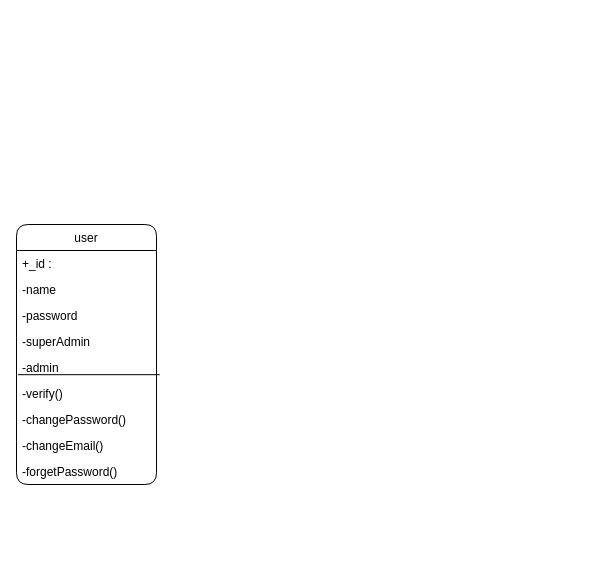
This is classDiagram.drawio from 00sukhjeet00/codechef-clone-diagrams, a draw.io file, before an edit. Source tidied: cells renumbered, new cells numbered last; positions are measured from the earlier drawing's top-left corner, leaving out a move shared by most shapes. Both pictures are drawn from the tidied source at 100%, with x=0, y=0 at pixel (16, 224).
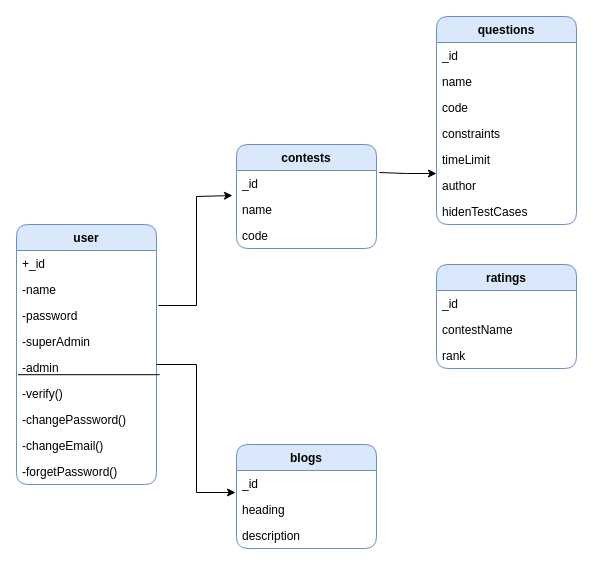
The same page after the edit.

The change refers to these unchanged cells:
```xml
<mxCell id="5" value="-password" style="text;strokeColor=none;fillColor=none;align=left;verticalAlign=top;spacingLeft=4;spacingRight=4;overflow=hidden;points=[[0,0.5],[1,0.5]];portConstraint=eastwest;" parent="2" vertex="1">
  <mxGeometry y="78" width="140" height="26" as="geometry" />
</mxCell>
```

What changed in the source:
```diff
@@
-    <mxCell id="2" value="user" style="swimlane;fontStyle=0;horizontal=1;startSize=26;rounded=1;swimlaneFillColor=none;fillColor=#FFFFFF;" parent="1" vertex="1">
+    <mxCell id="2" value="user" style="swimlane;fontStyle=1;horizontal=1;startSize=26;rounded=1;swimlaneFillColor=none;fillColor=#dae8fc;strokeColor=#6c8ebf;" parent="1" vertex="1">
       <mxGeometry width="140" height="260" as="geometry" />
     </mxCell>
-    <mxCell id="3" value="+_id : " style="text;strokeColor=none;fillColor=none;align=left;verticalAlign=top;spacingLeft=4;spacingRight=4;overflow=hidden;" parent="2" vertex="1">
+    <mxCell id="3" value="+_id " style="text;strokeColor=none;fillColor=none;align=left;verticalAlign=top;spacingLeft=4;spacingRight=4;overflow=hidden;" parent="2" vertex="1">
       <mxGeometry y="26" width="140" height="26" as="geometry" />
     </mxCell>
@@
+    <mxCell id="13" value="contests" style="swimlane;fontStyle=1;horizontal=1;startSize=26;fillColor=#dae8fc;strokeColor=#6c8ebf;rounded=1;" parent="1" vertex="1">
+      <mxGeometry x="220" y="-80" width="140" height="104" as="geometry" />
+    </mxCell>
+    <mxCell id="14" value="_id" style="text;strokeColor=none;fillColor=none;align=left;verticalAlign=top;spacingLeft=4;spacingRight=4;overflow=hidden;points=[[0,0.5],[1,0.5]];portConstraint=eastwest;" parent="13" vertex="1">
+      <mxGeometry y="26" width="140" height="26" as="geometry" />
+    </mxCell>
+    <mxCell id="15" value="name" style="text;strokeColor=none;fillColor=none;align=left;verticalAlign=top;spacingLeft=4;spacingRight=4;overflow=hidden;points=[[0,0.5],[1,0.5]];portConstraint=eastwest;" parent="13" vertex="1">
+      <mxGeometry y="52" width="140" height="26" as="geometry" />
+    </mxCell>
+    <mxCell id="16" value="code" style="text;strokeColor=none;fillColor=none;align=left;verticalAlign=top;spacingLeft=4;spacingRight=4;overflow=hidden;" parent="13" vertex="1">
+      <mxGeometry y="78" width="140" height="26" as="geometry" />
+    </mxCell>
+    <mxCell id="17" value="blogs" style="swimlane;fontStyle=1;horizontal=1;startSize=26;fillColor=#dae8fc;strokeColor=#6c8ebf;rounded=1;" parent="1" vertex="1">
+      <mxGeometry x="220" y="220" width="140" height="104" as="geometry" />
+    </mxCell>
+    <mxCell id="18" value="_id" style="text;strokeColor=none;fillColor=none;align=left;verticalAlign=top;spacingLeft=4;spacingRight=4;overflow=hidden;points=[[0,0.5],[1,0.5]];portConstraint=eastwest;" parent="17" vertex="1">
+      <mxGeometry y="26" width="140" height="26" as="geometry" />
+    </mxCell>
+    <mxCell id="19" value="heading" style="text;strokeColor=none;fillColor=none;align=left;verticalAlign=top;spacingLeft=4;spacingRight=4;overflow=hidden;" parent="17" vertex="1">
+      <mxGeometry y="52" width="140" height="26" as="geometry" />
+    </mxCell>
+    <mxCell id="20" value="description" style="text;strokeColor=none;fillColor=none;align=left;verticalAlign=top;spacingLeft=4;spacingRight=4;overflow=hidden;" parent="17" vertex="1">
+      <mxGeometry y="78" width="140" height="26" as="geometry" />
+    </mxCell>
+    <mxCell id="21" value="questions" style="swimlane;fontStyle=1;horizontal=1;startSize=26;fillColor=#dae8fc;strokeColor=#6c8ebf;rounded=1;" parent="1" vertex="1">
+      <mxGeometry x="420" y="-208" width="140" height="208" as="geometry" />
+    </mxCell>
+    <mxCell id="22" value="_id" style="text;strokeColor=none;fillColor=none;align=left;verticalAlign=top;spacingLeft=4;spacingRight=4;overflow=hidden;" parent="21" vertex="1">
+      <mxGeometry y="26" width="140" height="26" as="geometry" />
+    </mxCell>
+    <mxCell id="23" value="name" style="text;strokeColor=none;fillColor=none;align=left;verticalAlign=top;spacingLeft=4;spacingRight=4;overflow=hidden;" parent="21" vertex="1">
+      <mxGeometry y="52" width="140" height="26" as="geometry" />
+    </mxCell>
+    <mxCell id="24" value="code" style="text;strokeColor=none;fillColor=none;align=left;verticalAlign=top;spacingLeft=4;spacingRight=4;overflow=hidden;" parent="21" vertex="1">
+      <mxGeometry y="78" width="140" height="26" as="geometry" />
+    </mxCell>
+    <mxCell id="25" value="constraints" style="text;strokeColor=none;fillColor=none;align=left;verticalAlign=top;spacingLeft=4;spacingRight=4;overflow=hidden;" parent="21" vertex="1">
+      <mxGeometry y="104" width="140" height="26" as="geometry" />
+    </mxCell>
+    <mxCell id="26" value="timeLimit" style="text;strokeColor=none;fillColor=none;align=left;verticalAlign=top;spacingLeft=4;spacingRight=4;overflow=hidden;points=[[0,0.5],[1,0.5]];portConstraint=eastwest;" parent="21" vertex="1">
+      <mxGeometry y="130" width="140" height="26" as="geometry" />
+    </mxCell>
+    <mxCell id="27" value="author" style="text;strokeColor=none;fillColor=none;align=left;verticalAlign=top;spacingLeft=4;spacingRight=4;overflow=hidden;" parent="21" vertex="1">
+      <mxGeometry y="156" width="140" height="26" as="geometry" />
+    </mxCell>
+    <mxCell id="28" value="hidenTestCases" style="text;strokeColor=none;fillColor=none;align=left;verticalAlign=top;spacingLeft=4;spacingRight=4;overflow=hidden;" parent="21" vertex="1">
+      <mxGeometry y="182" width="140" height="26" as="geometry" />
+    </mxCell>
+    <mxCell id="29" value="ratings" style="swimlane;fontStyle=1;horizontal=1;startSize=26;fillColor=#dae8fc;strokeColor=#6c8ebf;rounded=1;" parent="1" vertex="1">
+      <mxGeometry x="420" y="40" width="140" height="104" as="geometry" />
+    </mxCell>
+    <mxCell id="30" value="_id" style="text;strokeColor=none;fillColor=none;align=left;verticalAlign=top;spacingLeft=4;spacingRight=4;overflow=hidden;" parent="29" vertex="1">
+      <mxGeometry y="26" width="140" height="26" as="geometry" />
+    </mxCell>
+    <mxCell id="31" value="contestName" style="text;strokeColor=none;fillColor=none;align=left;verticalAlign=top;spacingLeft=4;spacingRight=4;overflow=hidden;" parent="29" vertex="1">
+      <mxGeometry y="52" width="140" height="26" as="geometry" />
+    </mxCell>
+    <mxCell id="32" value="rank" style="text;strokeColor=none;fillColor=none;align=left;verticalAlign=top;spacingLeft=4;spacingRight=4;overflow=hidden;" parent="29" vertex="1">
+      <mxGeometry y="78" width="140" height="26" as="geometry" />
+    </mxCell>
+    <mxCell id="33" style="endArrow=classic;html=1;rounded=0;entryX=-0.029;entryY=-0.038;entryDx=0;entryDy=0;entryPerimeter=0;exitX=1.014;exitY=0.115;exitDx=0;exitDy=0;exitPerimeter=0;" parent="1" edge="1" source="5" target="15">
+      <mxGeometry relative="1" as="geometry">
+        <Array as="points">
+          <mxPoint x="180" y="81" />
+          <mxPoint x="180" y="-28" />
+        </Array>
+      </mxGeometry>
+    </mxCell>
+    <mxCell id="34" style="endArrow=classic;html=1;rounded=0;entryX=-0.007;entryY=0.846;entryDx=0;entryDy=0;entryPerimeter=0;" parent="1" edge="1" target="18">
+      <mxGeometry relative="1" as="geometry">
+        <mxPoint x="140" y="140" as="sourcePoint" />
+        <Array as="points">
+          <mxPoint x="180" y="140" />
+          <mxPoint x="180" y="268" />
+        </Array>
+      </mxGeometry>
+    </mxCell>
+    <mxCell id="35" style="endArrow=classic;html=1;rounded=0;entryX=0;entryY=1.038;entryDx=0;entryDy=0;entryPerimeter=0;exitX=1.021;exitY=0.077;exitDx=0;exitDy=0;exitPerimeter=0;" parent="1" edge="1" source="14" target="26">
+      <mxGeometry relative="1" as="geometry">
+        <Array as="points">
+          <mxPoint x="390" y="-51" />
+        </Array>
+      </mxGeometry>
+    </mxCell>
```
